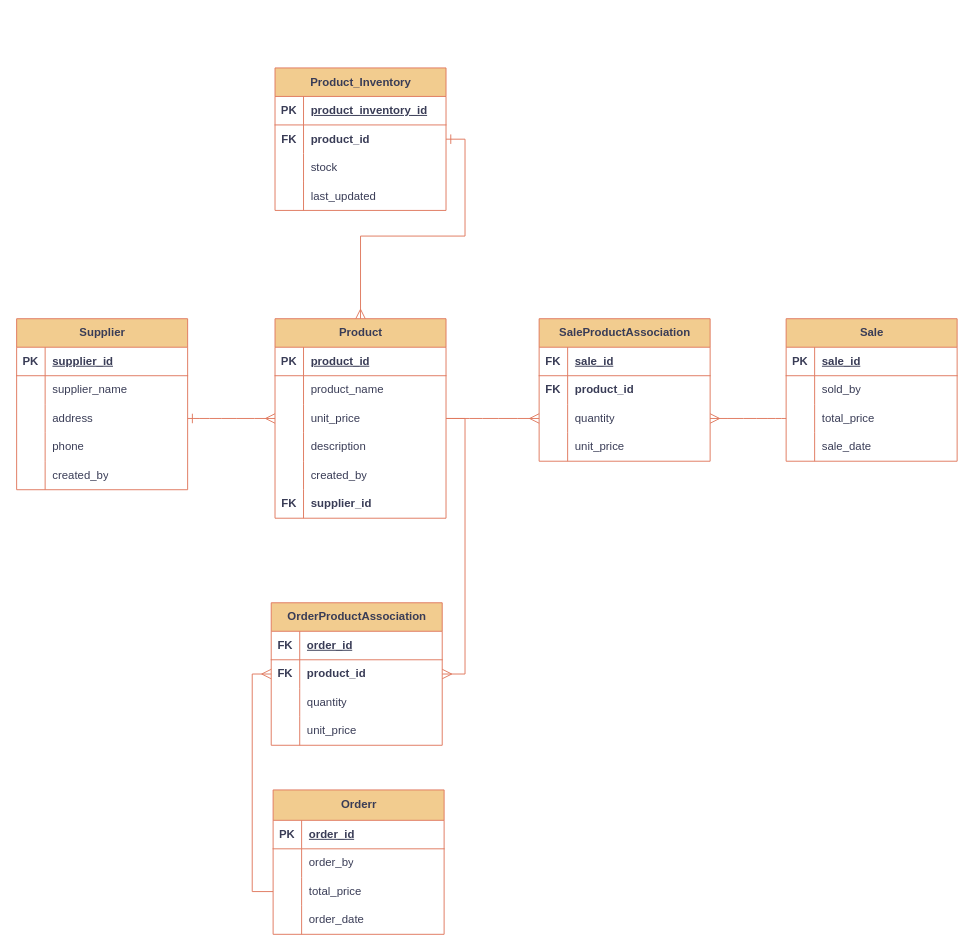
This is data_modeling.drawio from SoriyaChan/wct2, a draw.io file, before an edit. Source tidied: cells renumbered, new cells numbered last; positions are measured from the earlier drawing's top-left corner, leaving out a move shared by most shapes. Both pictures are drawn from the tidied source at 95%, with x=0, y=0 at pixel (16, 67).
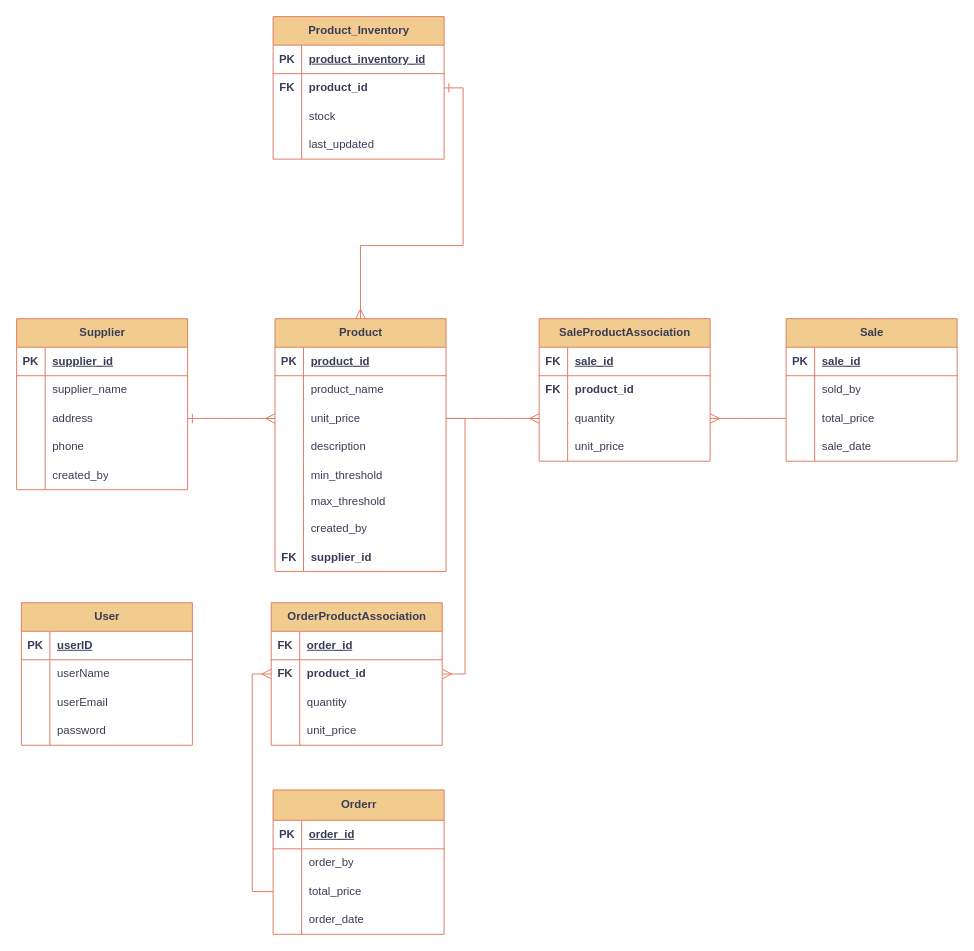
After the change.

Unchanged cells that the change refers to:
```xml
<mxCell id="42" style="shape=tableRow;horizontal=0;startSize=0;swimlaneHead=0;swimlaneBody=0;fillColor=none;points=[[0,0.5],[1,0.5]];portConstraint=eastwest;top=0;left=0;right=0;bottom=0;labelBackgroundColor=none;strokeColor=#E07A5F;fontColor=#393C56;" parent="38" vertex="1">
  <mxGeometry y="60" width="180" height="30" as="geometry" />
</mxCell>
```

What changed in the source:
```diff
@@
     <mxCell id="18" value="&lt;b&gt;Product&lt;/b&gt;" style="shape=table;startSize=30;childLayout=tableLayout;rowLines=0;fontStyle=0;align=center;html=1;labelBackgroundColor=none;fillColor=#F2CC8F;strokeColor=#E07A5F;fontColor=#393C56;" parent="1" vertex="1">
-      <mxGeometry x="272" y="264" width="180" height="210" as="geometry" />
+      <mxGeometry x="272" y="264" width="180" height="266" as="geometry" />
     </mxCell>
@@
+    <mxCell id="108" style="shape=tableRow;horizontal=0;startSize=0;swimlaneHead=0;swimlaneBody=0;fillColor=none;top=0;left=0;right=0;bottom=0;labelBackgroundColor=none;strokeColor=#E07A5F;fontColor=#393C56;" parent="18" vertex="1">
+      <mxGeometry y="150" width="180" height="30" as="geometry" />
+    </mxCell>
+    <mxCell id="109" style="shape=partialRectangle;fillColor=none;top=0;left=0;bottom=0;right=0;overflow=hidden;whiteSpace=wrap;html=1;labelBackgroundColor=none;strokeColor=#E07A5F;fontColor=#393C56;" parent="108" vertex="1">
+      <mxGeometry width="30" height="30" as="geometry" />
+    </mxCell>
+    <mxCell id="110" value="min_threshold" style="shape=partialRectangle;fillColor=none;top=0;left=0;bottom=0;right=0;align=left;spacingLeft=6;overflow=hidden;whiteSpace=wrap;html=1;labelBackgroundColor=none;strokeColor=#E07A5F;fontColor=#393C56;" parent="108" vertex="1">
+      <mxGeometry x="30" width="150" height="30" as="geometry" />
+    </mxCell>
+    <mxCell id="111" style="shape=tableRow;horizontal=0;startSize=0;swimlaneHead=0;swimlaneBody=0;fillColor=none;top=0;left=0;right=0;bottom=0;labelBackgroundColor=none;strokeColor=#E07A5F;fontColor=#393C56;" parent="18" vertex="1">
+      <mxGeometry y="180" width="180" height="26" as="geometry" />
+    </mxCell>
+    <mxCell id="112" style="shape=partialRectangle;fillColor=none;top=0;left=0;bottom=0;right=0;overflow=hidden;whiteSpace=wrap;html=1;labelBackgroundColor=none;strokeColor=#E07A5F;fontColor=#393C56;" parent="111" vertex="1">
+      <mxGeometry width="30" height="26" as="geometry" />
+    </mxCell>
+    <mxCell id="113" value="max_threshold" style="shape=partialRectangle;fillColor=none;top=0;left=0;bottom=0;right=0;align=left;spacingLeft=6;overflow=hidden;whiteSpace=wrap;html=1;labelBackgroundColor=none;strokeColor=#E07A5F;fontColor=#393C56;" parent="111" vertex="1">
+      <mxGeometry x="30" width="150" height="26" as="geometry" />
+    </mxCell>
     <mxCell id="31" style="shape=tableRow;horizontal=0;startSize=0;swimlaneHead=0;swimlaneBody=0;fillColor=none;top=0;left=0;right=0;bottom=0;labelBackgroundColor=none;strokeColor=#E07A5F;fontColor=#393C56;" parent="18" vertex="1">
-      <mxGeometry y="150" width="180" height="30" as="geometry" />
+      <mxGeometry y="206" width="180" height="30" as="geometry" />
     </mxCell>
@@
     <mxCell id="34" style="shape=tableRow;horizontal=0;startSize=0;swimlaneHead=0;swimlaneBody=0;fillColor=none;top=0;left=0;right=0;bottom=0;labelBackgroundColor=none;strokeColor=#E07A5F;fontColor=#393C56;" parent="18" vertex="1">
-      <mxGeometry y="180" width="180" height="30" as="geometry" />
+      <mxGeometry y="236" width="180" height="30" as="geometry" />
     </mxCell>
@@
     <mxCell id="38" value="Product_Inventory" style="shape=table;startSize=30;childLayout=tableLayout;rowLines=0;fontStyle=1;align=center;html=1;labelBackgroundColor=none;fillColor=#F2CC8F;strokeColor=#E07A5F;fontColor=#393C56;" parent="1" vertex="1">
-      <mxGeometry x="272" width="180" height="150" as="geometry" />
+      <mxGeometry x="270" y="-54" width="180" height="150" as="geometry" />
     </mxCell>
@@
     <mxCell id="51" style="edgeStyle=orthogonalEdgeStyle;rounded=0;jettySize=auto;html=1;exitX=1;exitY=0.5;exitDx=0;exitDy=0;entryX=0.5;entryY=0;entryDx=0;entryDy=0;fontSize=12;startSize=8;endSize=8;startArrow=ERone;startFill=0;endArrow=ERmany;endFill=0;labelBackgroundColor=none;strokeColor=#E07A5F;fontColor=default;" parent="1" edge="1" source="42" target="18">
-      <mxGeometry relative="1" as="geometry" />
+      <mxGeometry relative="1" as="geometry">
+        <Array as="points">
+          <mxPoint x="470" y="21" />
+          <mxPoint x="470" y="187" />
+          <mxPoint x="362" y="187" />
+        </Array>
+      </mxGeometry>
     </mxCell>
@@
+    <mxCell id="114" value="User" style="shape=table;startSize=30;childLayout=tableLayout;rowLines=0;fontStyle=1;align=center;html=1;labelBackgroundColor=none;fillColor=#F2CC8F;strokeColor=#E07A5F;fontColor=#393C56;" parent="1" vertex="1">
+      <mxGeometry x="5" y="563" width="180" height="150" as="geometry" />
+    </mxCell>
+    <mxCell id="115" style="shape=tableRow;horizontal=0;startSize=0;swimlaneHead=0;swimlaneBody=0;fillColor=none;top=0;left=0;right=0;bottom=1;labelBackgroundColor=none;strokeColor=#E07A5F;fontColor=#393C56;" parent="114" vertex="1">
+      <mxGeometry y="30" width="180" height="30" as="geometry" />
+    </mxCell>
+    <mxCell id="116" value="PK" style="shape=partialRectangle;fillColor=none;top=0;left=0;bottom=0;right=0;fontStyle=1;overflow=hidden;whiteSpace=wrap;html=1;labelBackgroundColor=none;strokeColor=#E07A5F;fontColor=#393C56;" parent="115" vertex="1">
+      <mxGeometry width="30" height="30" as="geometry" />
+    </mxCell>
+    <mxCell id="117" value="userID" style="shape=partialRectangle;fillColor=none;top=0;left=0;bottom=0;right=0;align=left;spacingLeft=6;fontStyle=5;overflow=hidden;whiteSpace=wrap;html=1;labelBackgroundColor=none;strokeColor=#E07A5F;fontColor=#393C56;" parent="115" vertex="1">
+      <mxGeometry x="30" width="150" height="30" as="geometry" />
+    </mxCell>
+    <mxCell id="118" style="shape=tableRow;horizontal=0;startSize=0;swimlaneHead=0;swimlaneBody=0;fillColor=none;top=0;left=0;right=0;bottom=0;labelBackgroundColor=none;strokeColor=#E07A5F;fontColor=#393C56;" parent="114" vertex="1">
+      <mxGeometry y="60" width="180" height="30" as="geometry" />
+    </mxCell>
+    <mxCell id="119" style="shape=partialRectangle;fillColor=none;top=0;left=0;bottom=0;right=0;overflow=hidden;whiteSpace=wrap;html=1;fontStyle=1;labelBackgroundColor=none;strokeColor=#E07A5F;fontColor=#393C56;" parent="118" vertex="1">
+      <mxGeometry width="30" height="30" as="geometry" />
+    </mxCell>
+    <mxCell id="120" value="userName" style="shape=partialRectangle;fillColor=none;top=0;left=0;bottom=0;right=0;align=left;spacingLeft=6;overflow=hidden;whiteSpace=wrap;html=1;fontStyle=0;labelBackgroundColor=none;strokeColor=#E07A5F;fontColor=#393C56;" parent="118" vertex="1">
+      <mxGeometry x="30" width="150" height="30" as="geometry" />
+    </mxCell>
+    <mxCell id="121" style="shape=tableRow;horizontal=0;startSize=0;swimlaneHead=0;swimlaneBody=0;fillColor=none;top=0;left=0;right=0;bottom=0;labelBackgroundColor=none;strokeColor=#E07A5F;fontColor=#393C56;" parent="114" vertex="1">
+      <mxGeometry y="90" width="180" height="30" as="geometry" />
+    </mxCell>
+    <mxCell id="122" style="shape=partialRectangle;fillColor=none;top=0;left=0;bottom=0;right=0;overflow=hidden;whiteSpace=wrap;html=1;labelBackgroundColor=none;strokeColor=#E07A5F;fontColor=#393C56;" parent="121" vertex="1">
+      <mxGeometry width="30" height="30" as="geometry" />
+    </mxCell>
+    <mxCell id="123" value="userEmail" style="shape=partialRectangle;fillColor=none;top=0;left=0;bottom=0;right=0;align=left;spacingLeft=6;overflow=hidden;whiteSpace=wrap;html=1;labelBackgroundColor=none;strokeColor=#E07A5F;fontColor=#393C56;" parent="121" vertex="1">
+      <mxGeometry x="30" width="150" height="30" as="geometry" />
+    </mxCell>
+    <mxCell id="124" style="shape=tableRow;horizontal=0;startSize=0;swimlaneHead=0;swimlaneBody=0;fillColor=none;top=0;left=0;right=0;bottom=0;labelBackgroundColor=none;strokeColor=#E07A5F;fontColor=#393C56;" parent="114" vertex="1">
+      <mxGeometry y="120" width="180" height="30" as="geometry" />
+    </mxCell>
+    <mxCell id="125" style="shape=partialRectangle;fillColor=none;top=0;left=0;bottom=0;right=0;overflow=hidden;whiteSpace=wrap;html=1;fontStyle=1;labelBackgroundColor=none;strokeColor=#E07A5F;fontColor=#393C56;" parent="124" vertex="1">
+      <mxGeometry width="30" height="30" as="geometry" />
+    </mxCell>
+    <mxCell id="126" value="password" style="shape=partialRectangle;fillColor=none;top=0;left=0;bottom=0;right=0;align=left;spacingLeft=6;overflow=hidden;whiteSpace=wrap;html=1;labelBackgroundColor=none;strokeColor=#E07A5F;fontColor=#393C56;" parent="124" vertex="1">
+      <mxGeometry x="30" width="150" height="30" as="geometry" />
+    </mxCell>
```
